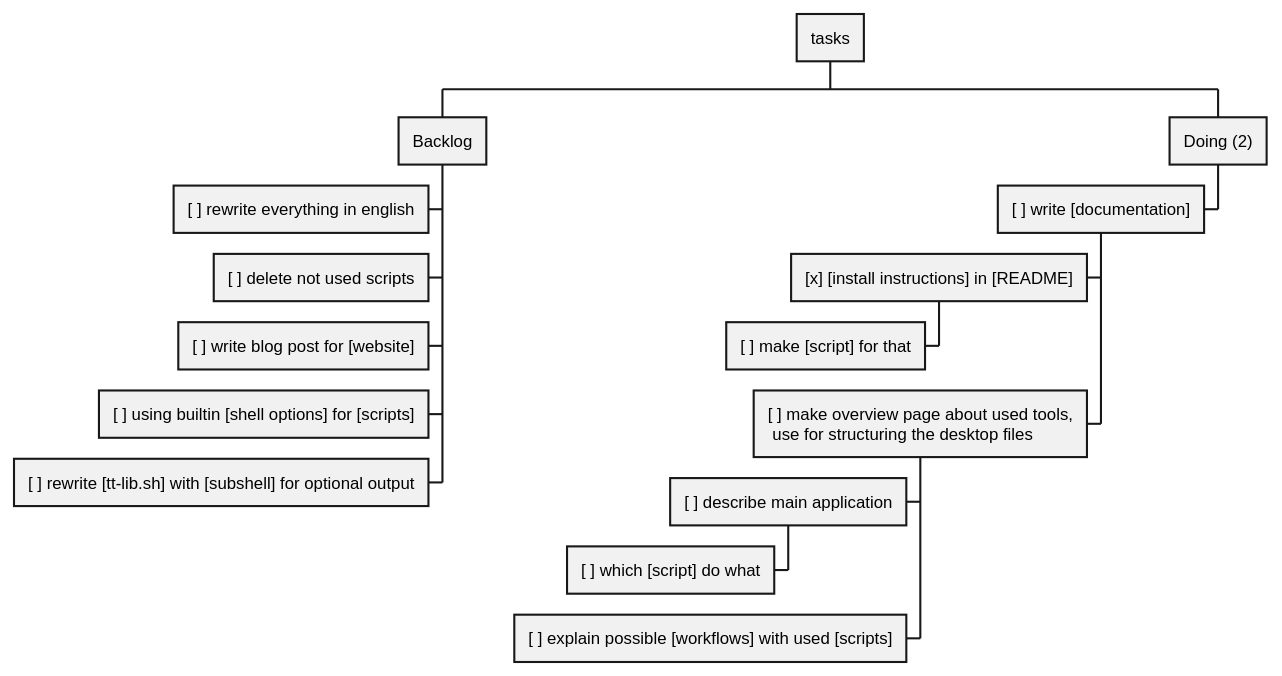
The PlantUML diagram CHANGELOG-JOURNAL/kanboard.svg in christiang7/ToText, before a commit.
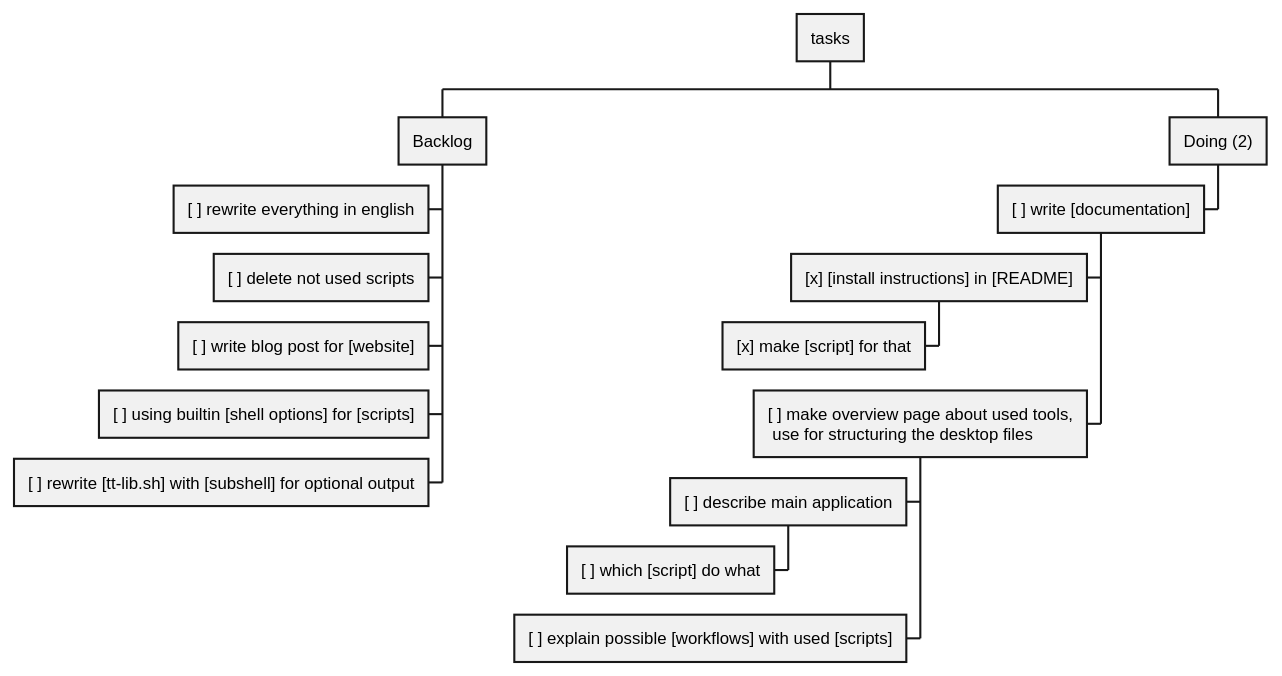
After the change.

Commit message:
add install.sh script for installation

The edit, as a diff of the source:
```diff
@@ -9,7 +9,7 @@
  + Doing (2)
   - [ ] write [documentation]
    - [x] [install instructions] in [README]
-    - [ ] make [script] for that
+    - [x] make [script] for that
    - [ ] make overview page about used tools,\n use for structuring the desktop files
     - [ ] describe main application
      - [ ] which [script] do what
```
